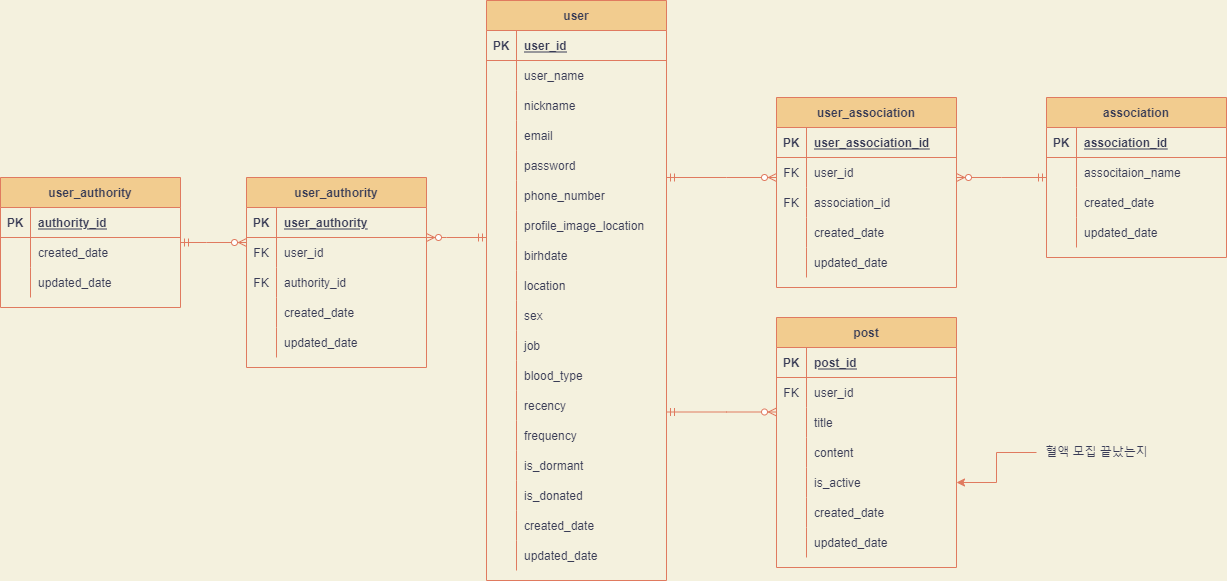
The draw.io diagram Untitled Diagram.drawio.png in CYC0227/lab, before a commit. Source tidied: cells renumbered, new cells last; positions are measured from the earlier drawing's top-left corner, leaving out a move shared by most shapes.
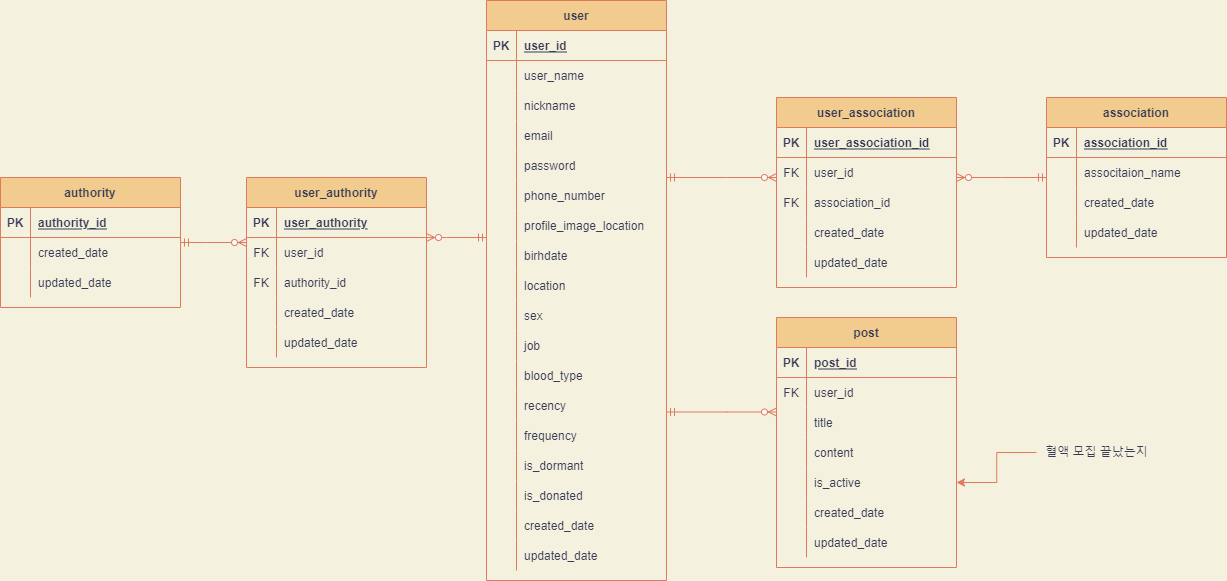
Later version of the same file.

Change to the diagram source:
```diff
@@ -397,7 +397,7 @@
     <mxCell id="128" value="updated_date" style="shape=partialRectangle;fillColor=none;top=0;left=0;bottom=0;right=0;align=left;spacingLeft=6;overflow=hidden;strokeColor=#E07A5F;fontColor=#393C56;" parent="126" vertex="1">
       <mxGeometry x="30" width="150" height="30" as="geometry" />
     </mxCell>
-    <mxCell id="129" value="user_authority" style="shape=table;startSize=30;rowLines=0;fontStyle=1;align=center;fillColor=#F2CC8F;strokeColor=#E07A5F;fontColor=#393C56;" parent="1" vertex="1">
+    <mxCell id="129" value="authority" style="shape=table;startSize=30;rowLines=0;fontStyle=1;align=center;fillColor=#F2CC8F;strokeColor=#E07A5F;fontColor=#393C56;" parent="1" vertex="1">
       <mxGeometry y="177" width="180" height="130" as="geometry" />
     </mxCell>
     <mxCell id="130" style="shape=partialRectangle;fillColor=none;top=0;left=0;bottom=1;right=0;strokeColor=#E07A5F;fontColor=#393C56;" parent="129" vertex="1">
```
